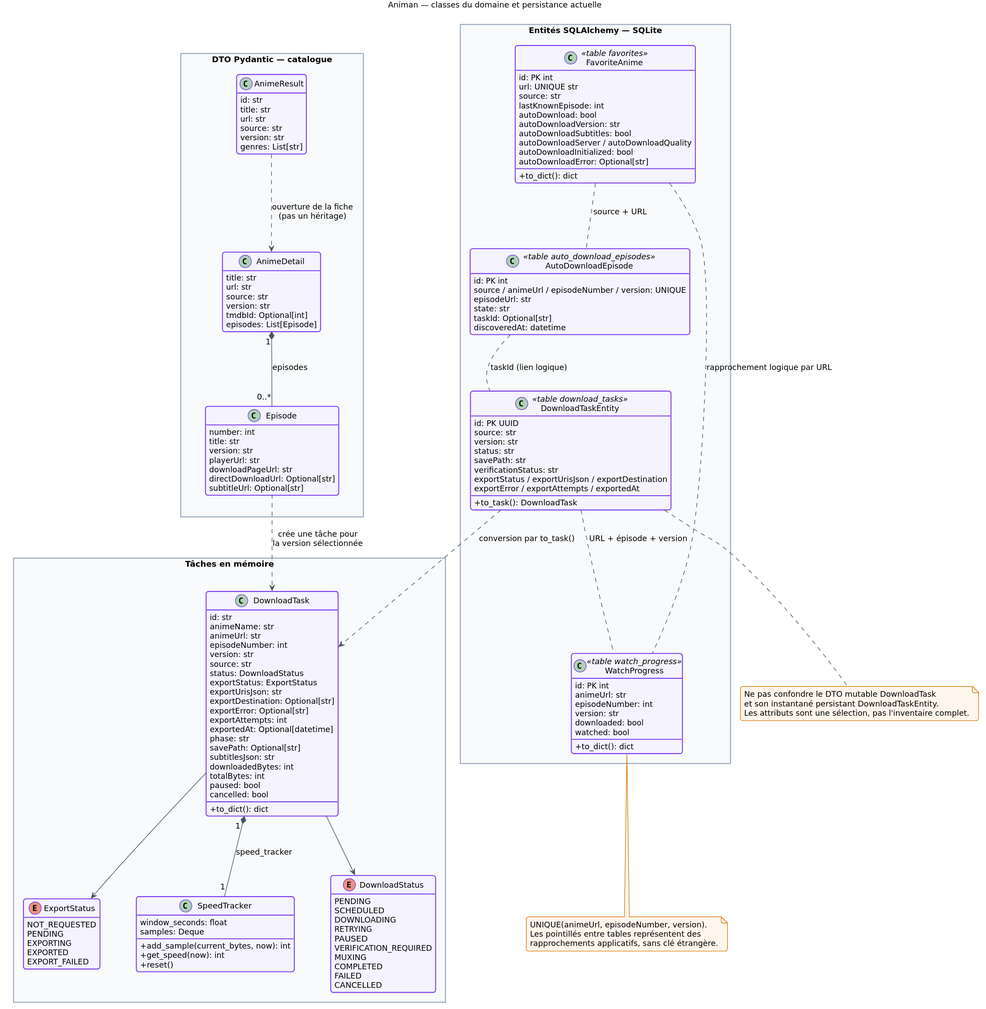
The PlantUML diagram docs/architecture/svg/01-classes-domaine.svg in loeuf237/animan-python, before a commit. Its diagram source:
```plantuml
@startuml
skinparam backgroundColor #FFFFFF
skinparam defaultFontName DejaVu Sans
skinparam defaultFontSize 13
skinparam shadowing false
skinparam roundcorner 8
skinparam ArrowColor #475569
skinparam packageStyle rectangle
skinparam classAttributeIconSize 0
skinparam classBackgroundColor #F5F3FF
skinparam classBorderColor #7C3AED
skinparam packageBackgroundColor #F8FAFC
skinparam packageBorderColor #94A3B8
skinparam usecaseBackgroundColor #F5F3FF
skinparam usecaseBorderColor #7C3AED
skinparam participantBackgroundColor #F5F3FF
skinparam participantBorderColor #7C3AED
skinparam sequenceLifeLineBorderColor #94A3B8
skinparam noteBackgroundColor #FFF7ED
skinparam noteBorderColor #D97706
skinparam componentStyle uml2
skinparam componentBackgroundColor #F5F3FF
skinparam componentBorderColor #7C3AED
skinparam databaseBackgroundColor #F5F3FF
skinparam databaseBorderColor #7C3AED
hide empty members
title Animan — classes du domaine et persistance actuelle
top to bottom direction
package "DTO Pydantic — catalogue" {
  class AnimeResult {
    id: str
    title: str
    url: str
    source: str
    version: str
    genres: List[str]
  }
  class AnimeDetail {
    title: str
    url: str
    source: str
    version: str
    tmdbId: Optional[int]
    episodes: List[Episode]
  }
  class Episode {
    number: int
    title: str
    version: str
    playerUrl: str
    downloadPageUrl: str
    directDownloadUrl: Optional[str]
    subtitleUrl: Optional[str]
  }
  AnimeDetail "1" *-- "0..*" Episode : episodes
  AnimeResult ..> AnimeDetail : ouverture de la fiche\n(pas un héritage)
}
package "Tâches en mémoire" {
  class DownloadTask {
    id: str
    animeName: str
    animeUrl: str
    episodeNumber: int
    version: str
    source: str
    status: DownloadStatus
    exportStatus: ExportStatus
    exportUrisJson: str
    exportDestination: Optional[str]
    exportError: Optional[str]
    exportAttempts: int
    exportedAt: Optional[datetime]
    phase: str
    savePath: Optional[str]
    subtitlesJson: str
    downloadedBytes: int
    totalBytes: int
    paused: bool
    cancelled: bool
    +to_dict(): dict
  }
  class SpeedTracker {
    window_seconds: float
    samples: Deque
    +add_sample(current_bytes, now): int
    +get_speed(now): int
    +reset()
  }
  enum DownloadStatus {
    PENDING
    SCHEDULED
    DOWNLOADING
    RETRYING
    PAUSED
    VERIFICATION_REQUIRED
    MUXING
    COMPLETED
    FAILED
    CANCELLED
  }
  DownloadTask "1" *-- "1" SpeedTracker : speed_tracker
  DownloadTask --> DownloadStatus
  enum ExportStatus {
    NOT_REQUESTED
    PENDING
    EXPORTING
    EXPORTED
    EXPORT_FAILED
  }
  DownloadTask --> ExportStatus
}
package "Entités SQLAlchemy — SQLite" {
  class DownloadTaskEntity <<table download_tasks>> {
    id: PK UUID
    source: str
    version: str
    status: str
    savePath: str
    verificationStatus: str
    exportStatus / exportUrisJson / exportDestination
    exportError / exportAttempts / exportedAt
    +to_task(): DownloadTask
  }
  class FavoriteAnime <<table favorites>> {
    id: PK int
    url: UNIQUE str
    source: str
    lastKnownEpisode: int
    autoDownload: bool
    autoDownloadVersion: str
    autoDownloadSubtitles: bool
    autoDownloadServer / autoDownloadQuality
    autoDownloadInitialized: bool
    autoDownloadError: Optional[str]
    +to_dict(): dict
  }
  class AutoDownloadEpisode <<table auto_download_episodes>> {
    id: PK int
    source / animeUrl / episodeNumber / version: UNIQUE
    episodeUrl: str
    state: str
    taskId: Optional[str]
    discoveredAt: datetime
  }
  FavoriteAnime .. AutoDownloadEpisode : source + URL
  AutoDownloadEpisode .. DownloadTaskEntity : taskId (lien logique)
  class WatchProgress <<table watch_progress>> {
    id: PK int
    animeUrl: str
    episodeNumber: int
    version: str
    downloaded: bool
    watched: bool
    +to_dict(): dict
  }
  DownloadTaskEntity ..> DownloadTask : conversion par to_task()
  FavoriteAnime .. WatchProgress : rapprochement logique par URL
  DownloadTaskEntity .. WatchProgress : URL + épisode + version
}
Episode ..> DownloadTask : crée une tâche pour\nla version sélectionnée
note bottom of WatchProgress
UNIQUE(animeUrl, episodeNumber, version).
Les pointillés entre tables représentent des
rapprochements applicatifs, sans clé étrangère.
end note
note bottom of DownloadTaskEntity
Ne pas confondre le DTO mutable DownloadTask
et son instantané persistant DownloadTaskEntity.
Les attributs sont une sélection, pas l'inventaire complet.
end note
@enduml
```
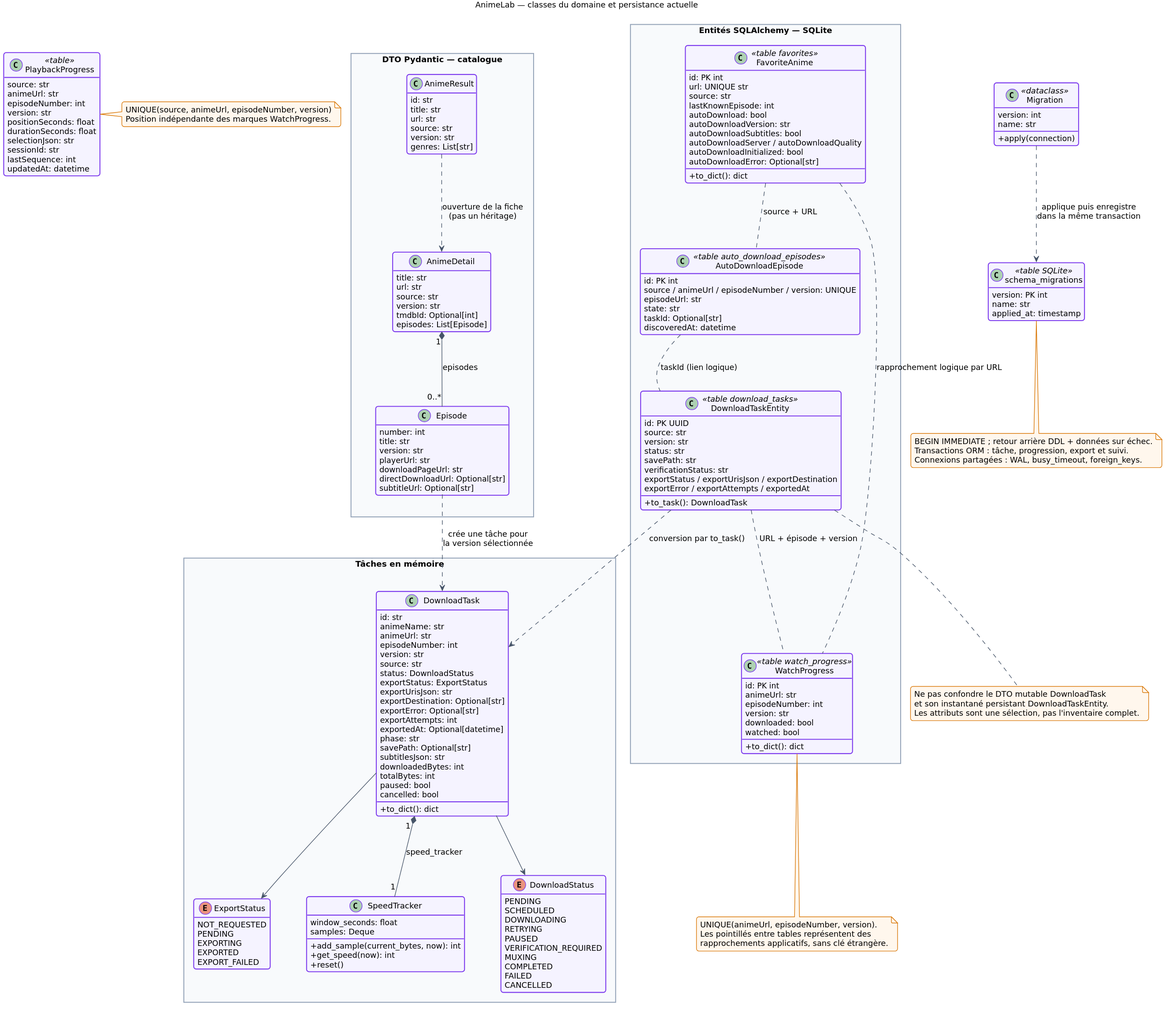
Above is the later version.

Change to the diagram source:
```diff
@@ -24,7 +24,7 @@
 skinparam databaseBackgroundColor #F5F3FF
 skinparam databaseBorderColor #7C3AED
 hide empty members
-title Animan — classes du domaine et persistance actuelle
+title AnimeLab — classes du domaine et persistance actuelle
 top to bottom direction
 package "DTO Pydantic — catalogue" {
   class AnimeResult {
@@ -168,4 +168,36 @@
 et son instantané persistant DownloadTaskEntity.
 Les attributs sont une sélection, pas l'inventaire complet.
 end note
+class Migration <<dataclass>> {
+  version: int
+  name: str
+  +apply(connection)
+}
+class "schema_migrations" as MigrationHistory <<table SQLite>> {
+  version: PK int
+  name: str
+  applied_at: timestamp
+}
+Migration ..> MigrationHistory : applique puis enregistre\ndans la même transaction
+note bottom of MigrationHistory
+BEGIN IMMEDIATE ; retour arrière DDL + données sur échec.
+Transactions ORM : tâche, progression, export et suivi.
+Connexions partagées : WAL, busy_timeout, foreign_keys.
+end note
+class PlaybackProgress <<table>> {
+  source: str
+  animeUrl: str
+  episodeNumber: int
+  version: str
+  positionSeconds: float
+  durationSeconds: float
+  selectionJson: str
+  sessionId: str
+  lastSequence: int
+  updatedAt: datetime
+}
+note right of PlaybackProgress
+UNIQUE(source, animeUrl, episodeNumber, version)
+Position indépendante des marques WatchProgress.
+end note
 @enduml
```
